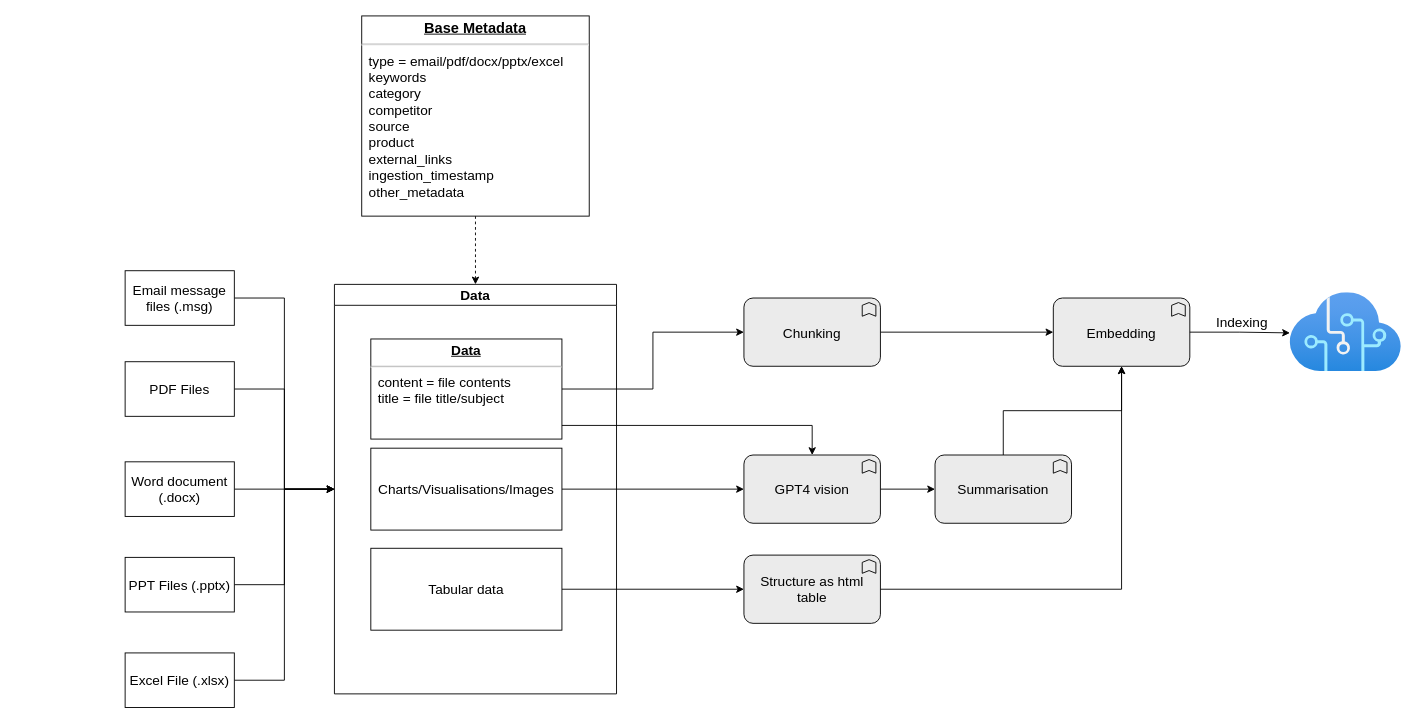
Before: page "Data Ingestion" (1 of 2) of Galderma-Infoassistant.drawio in ariya-phamax/v4-mycanvasutils, a draw.io diagram. Source tidied: cells renumbered, new cells numbered last; positions are measured from the earlier drawing's top-left corner, leaving out a move shared by most shapes. Both pictures are drawn from the tidied source at 91%, with x=0, y=0 at pixel (125, 15).
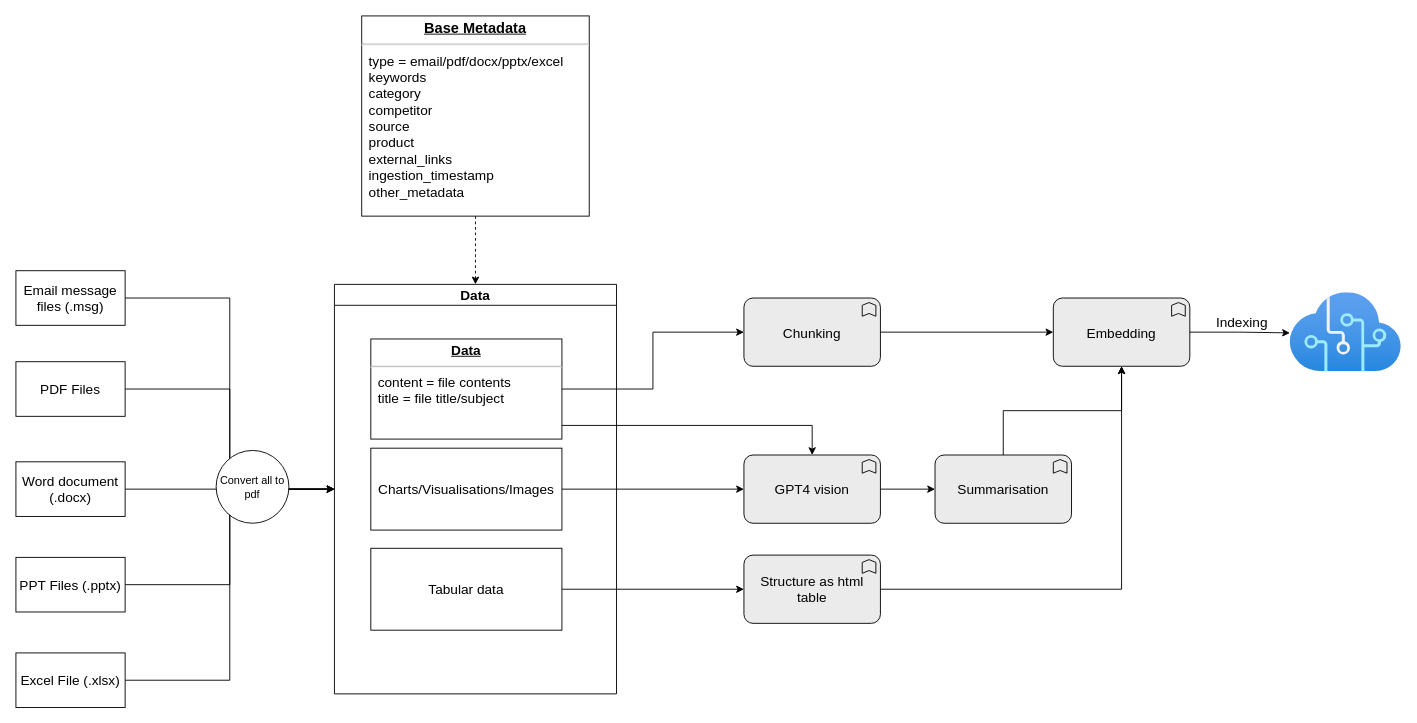
The same diagram, later.

What changed in the source:
```diff
@@
     <mxCell id="3" value="Email message files (.msg)" style="rounded=0;whiteSpace=wrap;html=1;fontSize=15;" parent="1" vertex="1">
-      <mxGeometry y="280" width="120" height="60" as="geometry" />
+      <mxGeometry x="-120" y="280" width="120" height="60" as="geometry" />
     </mxCell>
@@
     <mxCell id="5" value="PDF Files" style="rounded=0;whiteSpace=wrap;html=1;fontSize=15;" parent="1" vertex="1">
-      <mxGeometry y="380" width="120" height="60" as="geometry" />
+      <mxGeometry x="-120" y="380" width="120" height="60" as="geometry" />
     </mxCell>
@@
     <mxCell id="7" value="Word document (.docx)" style="rounded=0;whiteSpace=wrap;html=1;fontSize=15;" parent="1" vertex="1">
-      <mxGeometry y="490" width="120" height="60" as="geometry" />
+      <mxGeometry x="-120" y="490" width="120" height="60" as="geometry" />
     </mxCell>
@@
     <mxCell id="9" value="PPT Files (.pptx)" style="rounded=0;whiteSpace=wrap;html=1;fontSize=15;" parent="1" vertex="1">
-      <mxGeometry y="595" width="120" height="60" as="geometry" />
+      <mxGeometry x="-120" y="595" width="120" height="60" as="geometry" />
     </mxCell>
@@
     <mxCell id="11" value="Excel File (.xlsx)" style="rounded=0;whiteSpace=wrap;html=1;fontSize=15;" parent="1" vertex="1">
-      <mxGeometry y="700" width="120" height="60" as="geometry" />
+      <mxGeometry x="-120" y="700" width="120" height="60" as="geometry" />
     </mxCell>
@@
+    <mxCell id="35" value="Convert all to pdf" style="ellipse;whiteSpace=wrap;html=1;" parent="1" vertex="1">
+      <mxGeometry x="100" y="477.5" width="80" height="80" as="geometry" />
+    </mxCell>
```
